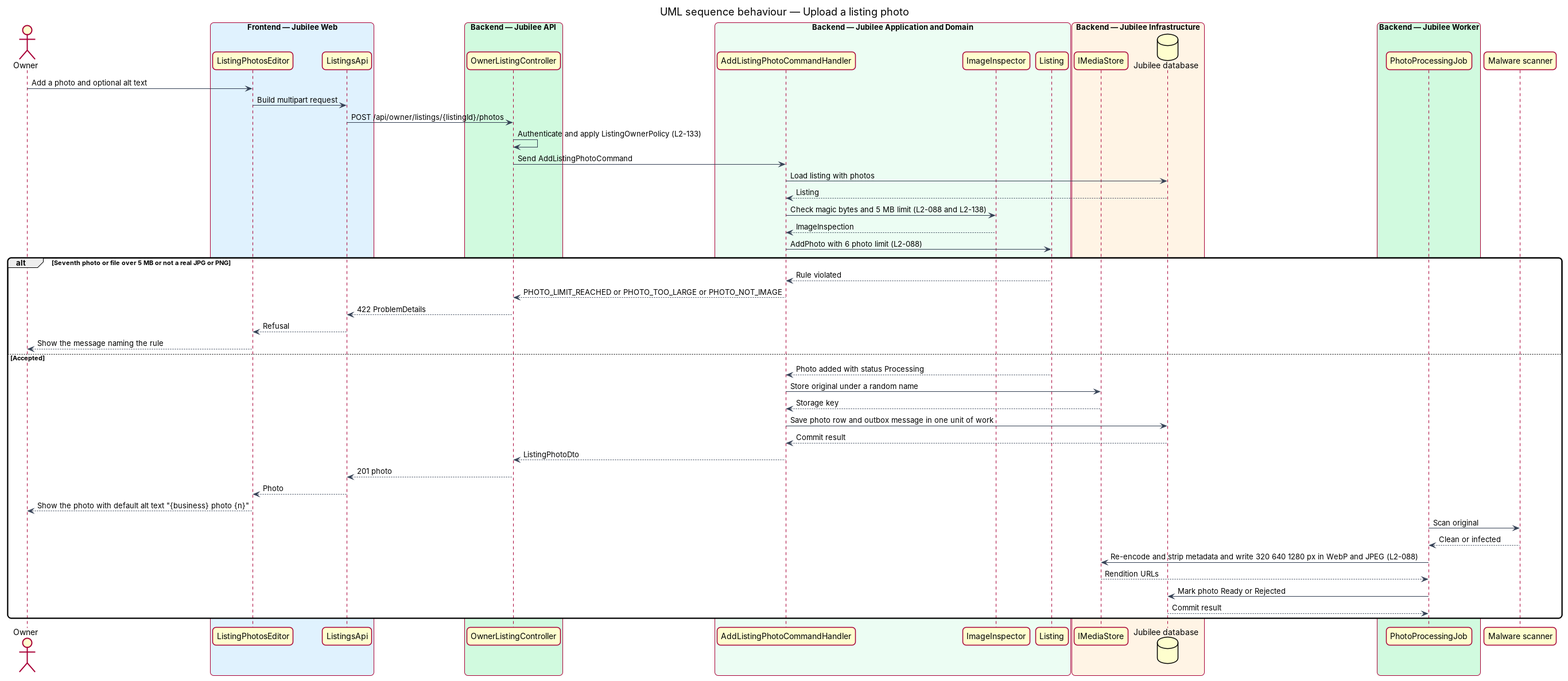
Earlier version of the PlantUML export docs/detailed-designs/owner-workspace/edit-listing/diagrams/sequence-upload-photo.png (QuinntyneBrown/jubilee). Its source is kept beside it as docs/detailed-designs/owner-workspace/edit-listing/diagrams/sequence-upload-photo.puml.
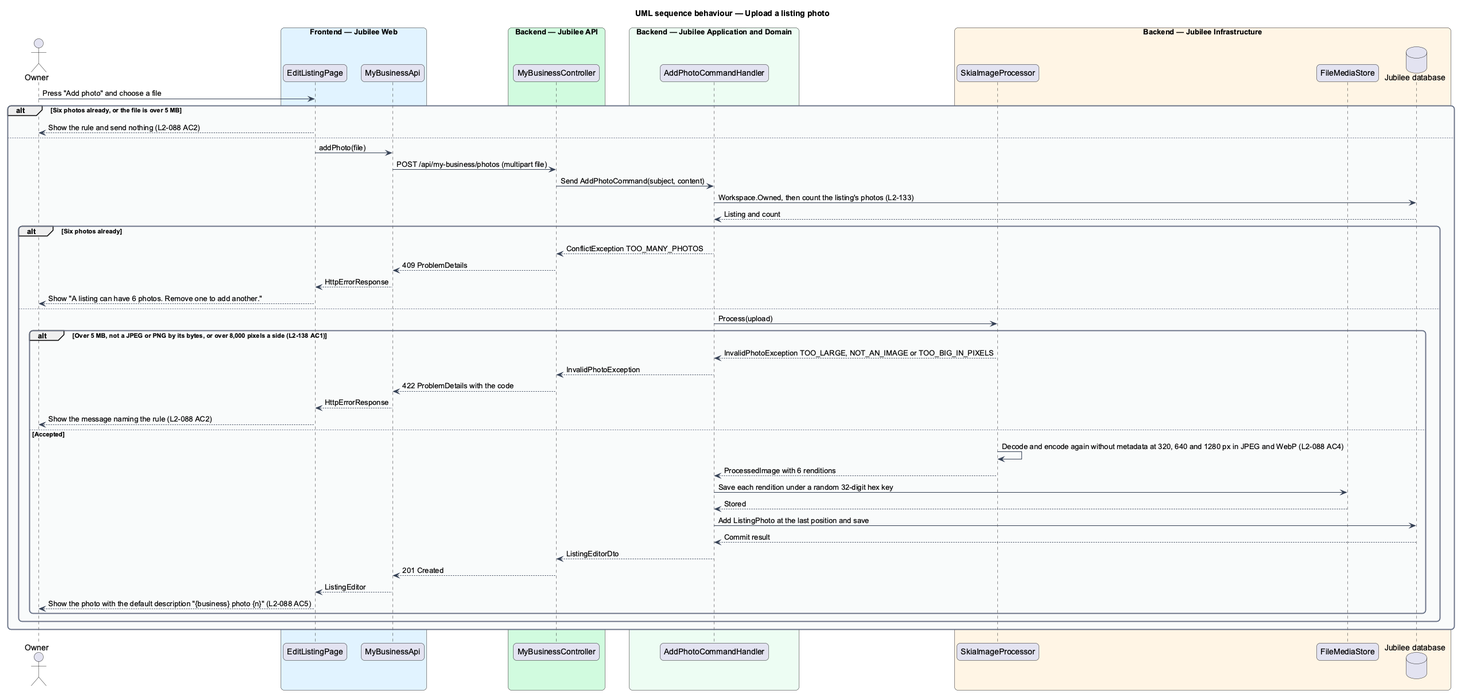
The same diagram one commit later.

The edit, as a diff of the source:
```diff
@@ -16,56 +16,54 @@
 }
 actor "Owner" as actor
 box "Frontend — Jubilee Web" #E0F2FE
-  participant "ListingPhotosEditor" as page
-  participant "ListingsApi" as client
+  participant "EditListingPage" as page
+  participant "MyBusinessApi" as client
 end box
 box "Backend — Jubilee API" #D1FADF
-  participant "OwnerListingController" as controller
+  participant "MyBusinessController" as controller
 end box
 box "Backend — Jubilee Application and Domain" #ECFDF3
-  participant "AddListingPhotoCommandHandler" as handler
-  participant "ImageInspector" as inspector
-  participant "Listing" as entity
+  participant "AddPhotoCommandHandler" as handler
 end box
 box "Backend — Jubilee Infrastructure" #FFF4E5
-  participant "IMediaStore" as media
+  participant "SkiaImageProcessor" as image
+  participant "FileMediaStore" as media
   database "Jubilee database" as db
 end box
-box "Backend — Jubilee Worker" #D1FADF
-  participant "PhotoProcessingJob" as job
-end box
-participant "Malware scanner" as scanner
-actor -> page : Add a photo and optional alt text
-page -> client : Build multipart request
-client -> controller : POST /api/owner/listings/{listingId}/photos
-controller -> controller : Authenticate and apply ListingOwnerPolicy (L2-133)
-controller -> handler : Send AddListingPhotoCommand
-handler -> db : Load listing with photos
-db --> handler : Listing
-handler -> inspector : Check magic bytes and 5 MB limit (L2-088 and L2-138)
-inspector --> handler : ImageInspection
-handler -> entity : AddPhoto with 6 photo limit (L2-088)
-alt Seventh photo or file over 5 MB or not a real JPG or PNG
-  entity --> handler : Rule violated
-  handler --> controller : PHOTO_LIMIT_REACHED or PHOTO_TOO_LARGE or PHOTO_NOT_IMAGE
-  controller --> client : 422 ProblemDetails
-  client --> page : Refusal
-  page --> actor : Show the message naming the rule
-else Accepted
-  entity --> handler : Photo added with status Processing
-  handler -> media : Store original under a random name
-  media --> handler : Storage key
-  handler -> db : Save photo row and outbox message in one unit of work
-  db --> handler : Commit result
-  handler --> controller : ListingPhotoDto
-  controller --> client : 201 photo
-  client --> page : Photo
-  page --> actor : Show the photo with default alt text "{business} photo {n}"
-  job -> scanner : Scan original
-  scanner --> job : Clean or infected
-  job -> media : Re-encode and strip metadata and write 320 640 1280 px in WebP and JPEG (L2-088)
-  media --> job : Rendition URLs
-  job -> db : Mark photo Ready or Rejected
-  db --> job : Commit result
+actor -> page : Press "Add photo" and choose a file
+alt Six photos already, or the file is over 5 MB
+  page --> actor : Show the rule and send nothing (L2-088 AC2)
+else
+  page -> client : addPhoto(file)
+  client -> controller : POST /api/my-business/photos (multipart file)
+  controller -> handler : Send AddPhotoCommand(subject, content)
+  handler -> db : Workspace.Owned, then count the listing's photos (L2-133)
+  db --> handler : Listing and count
+  alt Six photos already
+    handler --> controller : ConflictException TOO_MANY_PHOTOS
+    controller --> client : 409 ProblemDetails
+    client --> page : HttpErrorResponse
+    page --> actor : Show "A listing can have 6 photos. Remove one to add another."
+  else
+    handler -> image : Process(upload)
+    alt Over 5 MB, not a JPEG or PNG by its bytes, or over 8,000 pixels a side (L2-138 AC1)
+      image --> handler : InvalidPhotoException TOO_LARGE, NOT_AN_IMAGE or TOO_BIG_IN_PIXELS
+      handler --> controller : InvalidPhotoException
+      controller --> client : 422 ProblemDetails with the code
+      client --> page : HttpErrorResponse
+      page --> actor : Show the message naming the rule (L2-088 AC2)
+    else Accepted
+      image -> image : Decode and encode again without metadata at 320, 640 and 1280 px in JPEG and WebP (L2-088 AC4)
+      image --> handler : ProcessedImage with 6 renditions
+      handler -> media : Save each rendition under a random 32-digit hex key
+      media --> handler : Stored
+      handler -> db : Add ListingPhoto at the last position and save
+      db --> handler : Commit result
+      handler --> controller : ListingEditorDto
+      controller --> client : 201 Created
+      client --> page : ListingEditor
+      page --> actor : Show the photo with the default description "{business} photo {n}" (L2-088 AC5)
+    end
+  end
 end
 @enduml
```
